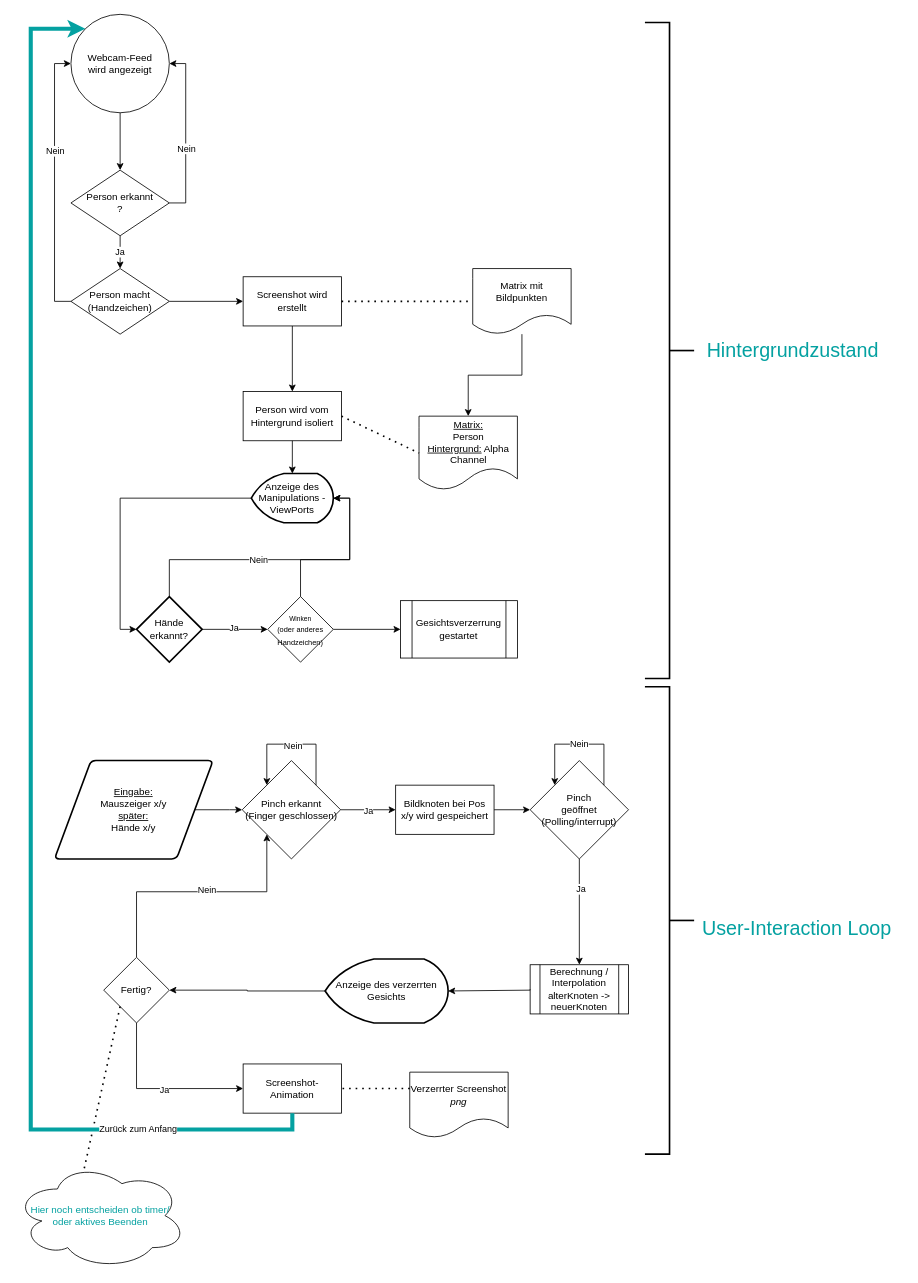
Earlier version of the draw.io diagram Ablaufdiagramm.drawio (vollkornholztuer/BabsProjekt311). Source tidied: cells renumbered, new cells numbered last; positions are measured from the earlier drawing's top-left corner, leaving out a move shared by most shapes. Both pictures are drawn from the tidied source at 82%, with x=0, y=0 at pixel (14, 14).
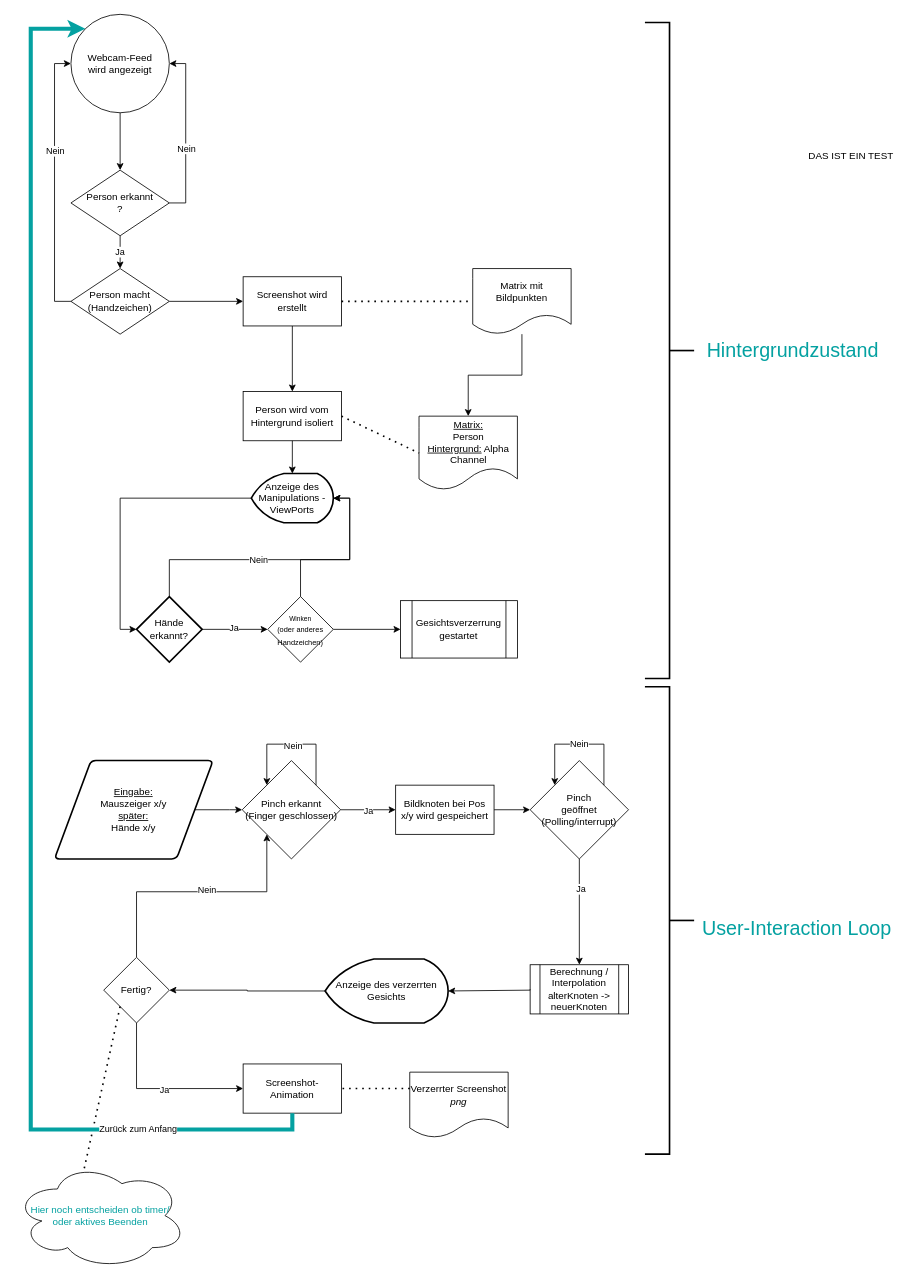
The same page after the edit.

Change to the diagram source:
```diff
@@
+    <mxCell id="67" value="DAS IST EIN TEST" style="text;html=1;align=center;verticalAlign=middle;strokeColor=none;fillColor=none;" parent="1" vertex="1">
+      <mxGeometry x="955" y="158" width="130" height="30" as="geometry" />
+    </mxCell>
```
